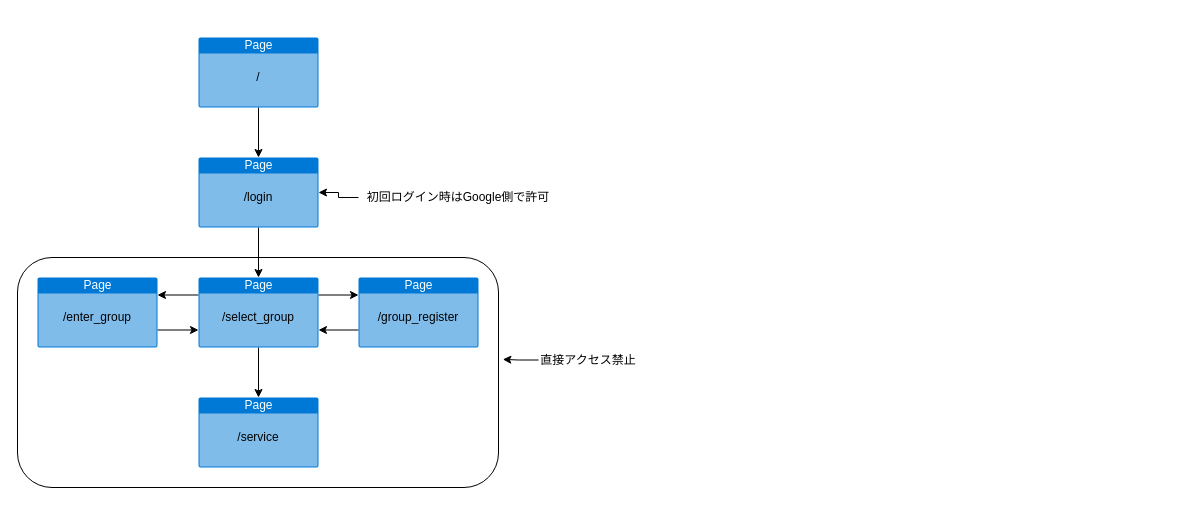
Above: page.dio in nt16145/Remote_Chat (draw.io), before the change. Source tidied: cells renumbered, new cells numbered last; positions are measured from the earlier drawing's top-left corner, leaving out a move shared by most shapes. Both pictures are drawn from the tidied source at 100%, with x=0, y=0 at pixel (17, 37).
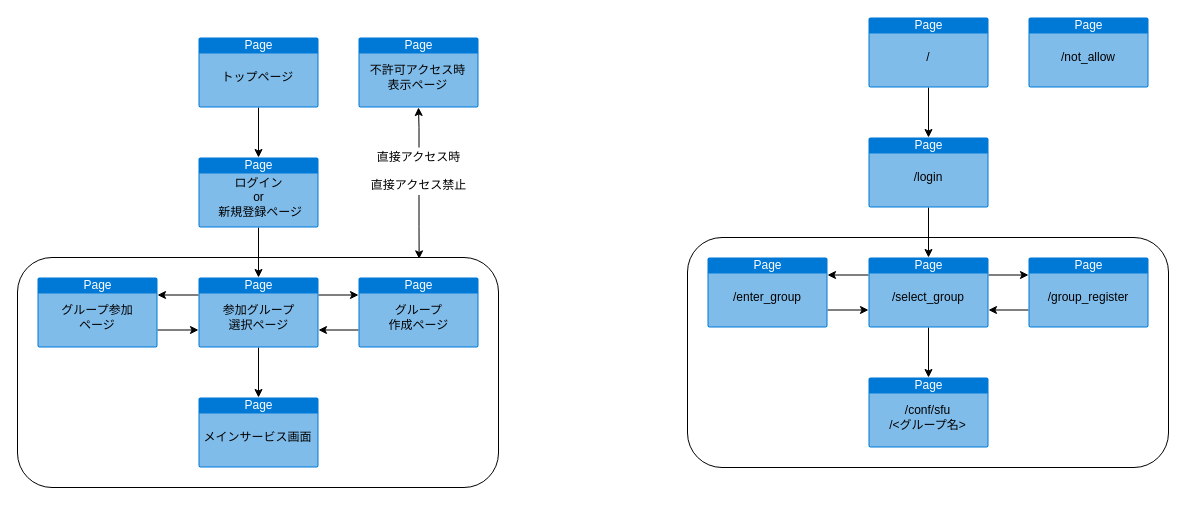
The same page after the edit.

Commit message:
ページ構成図変更&URL追加

The change refers to these unchanged cells:
```xml
<mxCell id="2" style="rounded=1;whiteSpace=wrap;html=1;" parent="1" vertex="1">
  <mxGeometry y="220" width="481" height="230" as="geometry" />
</mxCell>
<mxCell id="6" value="Page" style="html=1;strokeColor=none;fillColor=#0079D6;labelPosition=center;verticalLabelPosition=middle;verticalAlign=top;align=center;fontSize=12;outlineConnect=0;spacingTop=-6;fontColor=#FFFFFF;shape=mxgraph.sitemap.page;" parent="1" vertex="1">
  <mxGeometry x="181" y="120" width="120" height="70" as="geometry" />
</mxCell>
```

What changed in the source:
```diff
@@
-    <mxCell id="14" value="&lt;font color=&quot;#000000&quot;&gt;/&lt;/font&gt;" style="text;html=1;strokeColor=none;fillColor=none;align=center;verticalAlign=middle;whiteSpace=wrap;rounded=0;rotation=0;" parent="1" vertex="1">
-      <mxGeometry x="221" y="30" width="40" height="20" as="geometry" />
+    <mxCell id="14" value="&lt;font color=&quot;#000000&quot;&gt;トップページ&lt;/font&gt;" style="text;html=1;strokeColor=none;fillColor=none;align=center;verticalAlign=middle;whiteSpace=wrap;rounded=0;rotation=0;" parent="1" vertex="1">
+      <mxGeometry x="191" y="30" width="99" height="20" as="geometry" />
     </mxCell>
-    <mxCell id="15" value="&lt;font color=&quot;#000000&quot;&gt;/login&lt;/font&gt;" style="text;html=1;strokeColor=none;fillColor=none;align=center;verticalAlign=middle;whiteSpace=wrap;rounded=0;" parent="1" vertex="1">
-      <mxGeometry x="221" y="150" width="40" height="20" as="geometry" />
+    <mxCell id="15" value="&lt;font color=&quot;#000000&quot;&gt;ログイン &lt;br&gt;or&lt;br&gt;&amp;nbsp;新規登録ページ&lt;/font&gt;" style="text;html=1;strokeColor=none;fillColor=none;align=center;verticalAlign=middle;whiteSpace=wrap;rounded=0;" parent="1" vertex="1">
+      <mxGeometry x="182" y="150" width="119" height="20" as="geometry" />
     </mxCell>
-    <mxCell id="16" value="&lt;font color=&quot;#000000&quot;&gt;/select_group&lt;/font&gt;" style="text;html=1;strokeColor=none;fillColor=none;align=center;verticalAlign=middle;whiteSpace=wrap;rounded=0;" parent="1" vertex="1">
-      <mxGeometry x="221" y="270" width="40" height="20" as="geometry" />
+    <mxCell id="16" value="&lt;font color=&quot;#000000&quot;&gt;参加グループ選択ページ&lt;/font&gt;" style="text;html=1;strokeColor=none;fillColor=none;align=center;verticalAlign=middle;whiteSpace=wrap;rounded=0;" parent="1" vertex="1">
+      <mxGeometry x="202" y="270" width="79" height="20" as="geometry" />
     </mxCell>
-    <mxCell id="17" value="&lt;font color=&quot;#000000&quot;&gt;/group_register&lt;/font&gt;" style="text;html=1;strokeColor=none;fillColor=none;align=center;verticalAlign=middle;whiteSpace=wrap;rounded=0;" parent="1" vertex="1">
-      <mxGeometry x="381" y="270" width="40" height="20" as="geometry" />
+    <mxCell id="17" value="&lt;font color=&quot;#000000&quot;&gt;グループ&lt;br&gt;作成ページ&lt;/font&gt;" style="text;html=1;strokeColor=none;fillColor=none;align=center;verticalAlign=middle;whiteSpace=wrap;rounded=0;" parent="1" vertex="1">
+      <mxGeometry x="366.5" y="270" width="69" height="20" as="geometry" />
     </mxCell>
-    <mxCell id="18" value="&lt;font color=&quot;#000000&quot;&gt;/service&lt;/font&gt;" style="text;html=1;strokeColor=none;fillColor=none;align=center;verticalAlign=middle;whiteSpace=wrap;rounded=0;" parent="1" vertex="1">
-      <mxGeometry x="221" y="390" width="40" height="20" as="geometry" />
+    <mxCell id="18" value="&lt;font color=&quot;#000000&quot;&gt;メインサービス画面&lt;/font&gt;" style="text;html=1;strokeColor=none;fillColor=none;align=center;verticalAlign=middle;whiteSpace=wrap;rounded=0;" parent="1" vertex="1">
+      <mxGeometry x="181" y="390" width="119" height="20" as="geometry" />
     </mxCell>
-    <mxCell id="19" style="edgeStyle=orthogonalEdgeStyle;rounded=0;jettySize=auto;html=1;entryX=1.009;entryY=0.443;entryDx=0;entryDy=0;entryPerimeter=0;" parent="1" edge="1" source="20" target="2">
-      <mxGeometry relative="1" as="geometry" />
-    </mxCell>
-    <mxCell id="20" value="直接アクセス禁止" style="text;html=1;strokeColor=none;fillColor=none;align=center;verticalAlign=middle;whiteSpace=wrap;rounded=0;" parent="1" vertex="1">
-      <mxGeometry x="521" y="320" width="100" height="5" as="geometry" />
-    </mxCell>
-    <mxCell id="21" style="edgeStyle=orthogonalEdgeStyle;rounded=0;jettySize=auto;html=1;entryX=1;entryY=0.5;entryDx=0;entryDy=0;entryPerimeter=0;" parent="1" edge="1" source="22" target="6">
-      <mxGeometry relative="1" as="geometry" />
-    </mxCell>
-    <mxCell id="22" value="初回ログイン時はGoogle側で許可" style="text;html=1;strokeColor=none;fillColor=none;align=center;verticalAlign=middle;whiteSpace=wrap;rounded=0;" parent="1" vertex="1">
-      <mxGeometry x="341" y="157.5" width="200" height="5" as="geometry" />
-    </mxCell>
@@
-    <mxCell id="25" value="&lt;font color=&quot;#000000&quot;&gt;/enter_group&lt;/font&gt;" style="text;html=1;strokeColor=none;fillColor=none;align=center;verticalAlign=middle;whiteSpace=wrap;rounded=0;" parent="1" vertex="1">
-      <mxGeometry x="60" y="270" width="40" height="20" as="geometry" />
+    <mxCell id="25" value="&lt;font color=&quot;#000000&quot;&gt;グループ参加ページ&lt;/font&gt;" style="text;html=1;strokeColor=none;fillColor=none;align=center;verticalAlign=middle;whiteSpace=wrap;rounded=0;" parent="1" vertex="1">
+      <mxGeometry x="40" y="270" width="80" height="20" as="geometry" />
     </mxCell>
+    <mxCell id="26" style="rounded=1;whiteSpace=wrap;html=1;" parent="1" vertex="1">
+      <mxGeometry x="670" y="200" width="481" height="230" as="geometry" />
+    </mxCell>
+    <mxCell id="27" style="edgeStyle=orthogonalEdgeStyle;rounded=0;jettySize=auto;html=1;exitX=0.5;exitY=1;exitDx=0;exitDy=0;exitPerimeter=0;entryX=0.5;entryY=0;entryDx=0;entryDy=0;entryPerimeter=0;" parent="1" edge="1" source="28" target="30">
+      <mxGeometry relative="1" as="geometry" />
+    </mxCell>
+    <mxCell id="28" value="Page" style="html=1;strokeColor=none;fillColor=#0079D6;labelPosition=center;verticalLabelPosition=middle;verticalAlign=top;align=center;fontSize=12;outlineConnect=0;spacingTop=-6;fontColor=#FFFFFF;shape=mxgraph.sitemap.page;" parent="1" vertex="1">
+      <mxGeometry x="851" y="-20" width="120" height="70" as="geometry" />
+    </mxCell>
+    <mxCell id="29" style="edgeStyle=orthogonalEdgeStyle;rounded=0;jettySize=auto;html=1;exitX=0.5;exitY=1;exitDx=0;exitDy=0;exitPerimeter=0;entryX=0.5;entryY=0;entryDx=0;entryDy=0;entryPerimeter=0;" parent="1" edge="1" source="30" target="34">
+      <mxGeometry relative="1" as="geometry" />
+    </mxCell>
+    <mxCell id="30" value="Page" style="html=1;strokeColor=none;fillColor=#0079D6;labelPosition=center;verticalLabelPosition=middle;verticalAlign=top;align=center;fontSize=12;outlineConnect=0;spacingTop=-6;fontColor=#FFFFFF;shape=mxgraph.sitemap.page;" parent="1" vertex="1">
+      <mxGeometry x="851" y="100" width="120" height="70" as="geometry" />
+    </mxCell>
+    <mxCell id="31" style="edgeStyle=orthogonalEdgeStyle;rounded=0;jettySize=auto;html=1;exitX=1;exitY=0.25;exitDx=0;exitDy=0;exitPerimeter=0;entryX=0;entryY=0.25;entryDx=0;entryDy=0;entryPerimeter=0;" parent="1" edge="1" source="34" target="36">
+      <mxGeometry relative="1" as="geometry" />
+    </mxCell>
+    <mxCell id="32" style="edgeStyle=orthogonalEdgeStyle;rounded=0;jettySize=auto;html=1;exitX=0.5;exitY=1;exitDx=0;exitDy=0;exitPerimeter=0;entryX=0.5;entryY=0;entryDx=0;entryDy=0;entryPerimeter=0;" parent="1" edge="1" source="34" target="37">
+      <mxGeometry relative="1" as="geometry" />
+    </mxCell>
+    <mxCell id="33" style="edgeStyle=orthogonalEdgeStyle;rounded=0;jettySize=auto;html=1;exitX=0;exitY=0.25;exitDx=0;exitDy=0;exitPerimeter=0;entryX=1;entryY=0.25;entryDx=0;entryDy=0;entryPerimeter=0;" parent="1" edge="1" source="34" target="44">
+      <mxGeometry relative="1" as="geometry" />
+    </mxCell>
+    <mxCell id="34" value="Page" style="html=1;strokeColor=none;fillColor=#0079D6;labelPosition=center;verticalLabelPosition=middle;verticalAlign=top;align=center;fontSize=12;outlineConnect=0;spacingTop=-6;fontColor=#FFFFFF;shape=mxgraph.sitemap.page;" parent="1" vertex="1">
+      <mxGeometry x="851" y="220" width="120" height="70" as="geometry" />
+    </mxCell>
+    <mxCell id="35" style="edgeStyle=orthogonalEdgeStyle;rounded=0;jettySize=auto;html=1;exitX=0;exitY=0.75;exitDx=0;exitDy=0;exitPerimeter=0;entryX=1;entryY=0.75;entryDx=0;entryDy=0;entryPerimeter=0;" parent="1" edge="1" source="36" target="34">
+      <mxGeometry relative="1" as="geometry" />
+    </mxCell>
+    <mxCell id="36" value="Page" style="html=1;strokeColor=none;fillColor=#0079D6;labelPosition=center;verticalLabelPosition=middle;verticalAlign=top;align=center;fontSize=12;outlineConnect=0;spacingTop=-6;fontColor=#FFFFFF;shape=mxgraph.sitemap.page;" parent="1" vertex="1">
+      <mxGeometry x="1011" y="220" width="120" height="70" as="geometry" />
+    </mxCell>
+    <mxCell id="37" value="Page" style="html=1;strokeColor=none;fillColor=#0079D6;labelPosition=center;verticalLabelPosition=middle;verticalAlign=top;align=center;fontSize=12;outlineConnect=0;spacingTop=-6;fontColor=#FFFFFF;shape=mxgraph.sitemap.page;" parent="1" vertex="1">
+      <mxGeometry x="851" y="340" width="120" height="70" as="geometry" />
+    </mxCell>
+    <mxCell id="38" value="&lt;font color=&quot;#000000&quot;&gt;/&lt;/font&gt;" style="text;html=1;strokeColor=none;fillColor=none;align=center;verticalAlign=middle;whiteSpace=wrap;rounded=0;rotation=0;" parent="1" vertex="1">
+      <mxGeometry x="891" y="10" width="40" height="20" as="geometry" />
+    </mxCell>
+    <mxCell id="39" value="&lt;font color=&quot;#000000&quot;&gt;/login&lt;/font&gt;" style="text;html=1;strokeColor=none;fillColor=none;align=center;verticalAlign=middle;whiteSpace=wrap;rounded=0;" parent="1" vertex="1">
+      <mxGeometry x="891" y="130" width="40" height="20" as="geometry" />
+    </mxCell>
+    <mxCell id="40" value="&lt;font color=&quot;#000000&quot;&gt;/select_group&lt;/font&gt;" style="text;html=1;strokeColor=none;fillColor=none;align=center;verticalAlign=middle;whiteSpace=wrap;rounded=0;" parent="1" vertex="1">
+      <mxGeometry x="891" y="250" width="40" height="20" as="geometry" />
+    </mxCell>
+    <mxCell id="41" value="&lt;font color=&quot;#000000&quot;&gt;/group_register&lt;/font&gt;" style="text;html=1;strokeColor=none;fillColor=none;align=center;verticalAlign=middle;whiteSpace=wrap;rounded=0;" parent="1" vertex="1">
+      <mxGeometry x="1051" y="250" width="40" height="20" as="geometry" />
+    </mxCell>
+    <mxCell id="42" value="&lt;font color=&quot;#000000&quot;&gt;/conf/sfu&lt;br&gt;/&amp;lt;グループ名&amp;gt;&lt;/font&gt;" style="text;html=1;strokeColor=none;fillColor=none;align=center;verticalAlign=middle;whiteSpace=wrap;rounded=0;" parent="1" vertex="1">
+      <mxGeometry x="869" y="370" width="83" height="20" as="geometry" />
+    </mxCell>
+    <mxCell id="43" style="edgeStyle=orthogonalEdgeStyle;rounded=0;jettySize=auto;html=1;exitX=1;exitY=0.75;exitDx=0;exitDy=0;exitPerimeter=0;entryX=0;entryY=0.75;entryDx=0;entryDy=0;entryPerimeter=0;" parent="1" edge="1" source="44" target="34">
+      <mxGeometry relative="1" as="geometry" />
+    </mxCell>
+    <mxCell id="44" value="Page" style="html=1;strokeColor=none;fillColor=#0079D6;labelPosition=center;verticalLabelPosition=middle;verticalAlign=top;align=center;fontSize=12;outlineConnect=0;spacingTop=-6;fontColor=#FFFFFF;shape=mxgraph.sitemap.page;" parent="1" vertex="1">
+      <mxGeometry x="690" y="220" width="120" height="70" as="geometry" />
+    </mxCell>
+    <mxCell id="45" value="&lt;font color=&quot;#000000&quot;&gt;/enter_group&lt;/font&gt;" style="text;html=1;strokeColor=none;fillColor=none;align=center;verticalAlign=middle;whiteSpace=wrap;rounded=0;" parent="1" vertex="1">
+      <mxGeometry x="730" y="250" width="40" height="20" as="geometry" />
+    </mxCell>
+    <mxCell id="46" value="Page" style="html=1;strokeColor=none;fillColor=#0079D6;labelPosition=center;verticalLabelPosition=middle;verticalAlign=top;align=center;fontSize=12;outlineConnect=0;spacingTop=-6;fontColor=#FFFFFF;shape=mxgraph.sitemap.page;" parent="1" vertex="1">
+      <mxGeometry x="341" width="120" height="70" as="geometry" />
+    </mxCell>
+    <mxCell id="47" value="&lt;font color=&quot;#000000&quot;&gt;不許可アクセス時&lt;br&gt;表示ページ&lt;br&gt;&lt;/font&gt;" style="text;html=1;strokeColor=none;fillColor=none;align=center;verticalAlign=middle;whiteSpace=wrap;rounded=0;rotation=0;" parent="1" vertex="1">
+      <mxGeometry x="351" y="30" width="99" height="20" as="geometry" />
+    </mxCell>
+    <mxCell id="19" style="edgeStyle=orthogonalEdgeStyle;rounded=0;jettySize=auto;html=1;exitX=0.5;exitY=1;exitDx=0;exitDy=0;entryX=0.835;entryY=0.006;entryDx=0;entryDy=0;entryPerimeter=0;" parent="1" edge="1" source="20" target="2">
+      <mxGeometry relative="1" as="geometry" />
+    </mxCell>
+    <mxCell id="20" value="直接アクセス禁止" style="text;html=1;strokeColor=none;fillColor=none;align=center;verticalAlign=middle;whiteSpace=wrap;rounded=0;" parent="1" vertex="1">
+      <mxGeometry x="342" y="137.5" width="119" height="20" as="geometry" />
+    </mxCell>
+    <mxCell id="48" style="edgeStyle=orthogonalEdgeStyle;rounded=0;jettySize=auto;html=1;exitX=0.5;exitY=0;exitDx=0;exitDy=0;" parent="1" edge="1" source="49" target="46">
+      <mxGeometry relative="1" as="geometry" />
+    </mxCell>
+    <mxCell id="49" value="直接アクセス時" style="text;html=1;strokeColor=none;fillColor=none;align=center;verticalAlign=middle;whiteSpace=wrap;rounded=0;" parent="1" vertex="1">
+      <mxGeometry x="342" y="110" width="119" height="20" as="geometry" />
+    </mxCell>
+    <mxCell id="50" value="Page" style="html=1;strokeColor=none;fillColor=#0079D6;labelPosition=center;verticalLabelPosition=middle;verticalAlign=top;align=center;fontSize=12;spacingTop=-6;fontColor=#FFFFFF;shape=mxgraph.sitemap.page;" parent="1" vertex="1">
+      <mxGeometry x="1011" y="-20" width="120" height="70" as="geometry" />
+    </mxCell>
+    <mxCell id="51" value="&lt;font color=&quot;#000000&quot;&gt;/not_allow&lt;/font&gt;" style="text;html=1;strokeColor=none;fillColor=none;align=center;verticalAlign=middle;whiteSpace=wrap;rounded=0;rotation=0;" parent="1" vertex="1">
+      <mxGeometry x="1051" y="10" width="40" height="20" as="geometry" />
+    </mxCell>
```
